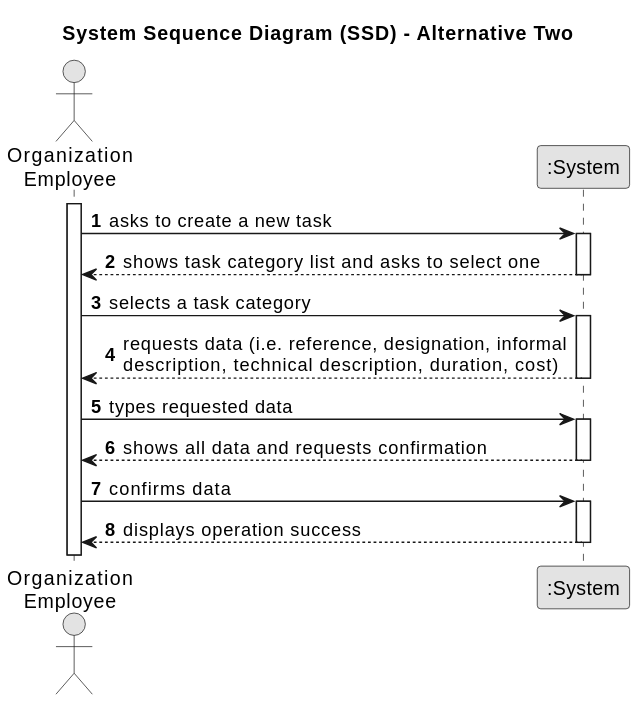
Before: docs/sprintA/us003/01.requirements-engineering/svg/us006-system-sequence-diagram-alternative-two.svg, a diagram exported from PlantUML (daniel41silva05/ISEP_2023_2024_LAPR2). Source of this version:
```plantuml
@startuml
skinparam monochrome true
skinparam packageStyle rectangle
skinparam shadowing false

title System Sequence Diagram (SSD) - Alternative Two

autonumber

actor "Organization\nEmployee" as Employee
participant ":System" as System

activate Employee

    Employee -> System : asks to create a new task
    activate System

        System --> Employee : shows task category list and asks to select one
    deactivate System

    Employee -> System : selects a task category
    activate System

        System --> Employee : requests data (i.e. reference, designation, informal\ndescription, technical description, duration, cost)
    deactivate System

    Employee -> System : types requested data
    activate System

        System --> Employee : shows all data and requests confirmation
    deactivate System

    Employee -> System : confirms data
    activate System

        System --> Employee : displays operation success
    deactivate System
@enduml
```
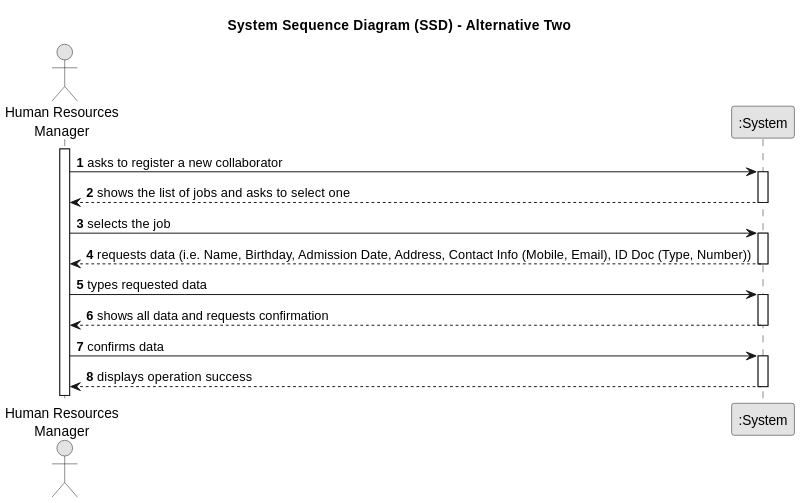
After the commit.

What changed in the source:
```diff
@@ -7,32 +7,32 @@
 
 autonumber
 
-actor "Organization\nEmployee" as Employee
+actor "Human Resources\nManager" as HRM
 participant ":System" as System
 
-activate Employee
+activate HRM
 
-    Employee -> System : asks to create a new task
+    HRM -> System : asks to register a new collaborator
     activate System
 
-        System --> Employee : shows task category list and asks to select one
+        System --> HRM : shows the list of jobs and asks to select one
     deactivate System
 
-    Employee -> System : selects a task category
+    HRM -> System : selects the job
     activate System
 
-        System --> Employee : requests data (i.e. reference, designation, informal\ndescription, technical description, duration, cost)
+        System --> HRM : requests data (i.e. Name, Birthday, Admission Date, Address, Contact Info (Mobile, Email), ID Doc (Type, Number))
     deactivate System
 
-    Employee -> System : types requested data
+    HRM -> System : types requested data
     activate System
 
-        System --> Employee : shows all data and requests confirmation
+        System --> HRM : shows all data and requests confirmation
     deactivate System
 
-    Employee -> System : confirms data
+    HRM -> System : confirms data
     activate System
 
-        System --> Employee : displays operation success
+        System --> HRM : displays operation success
     deactivate System
 @enduml
```
